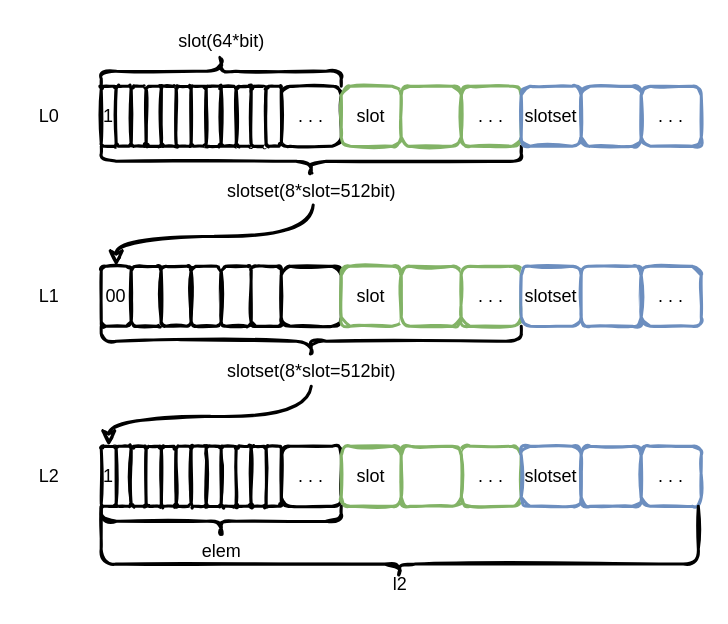
EarthWind/deeparch keeps this draw.io diagram as page "BitmapAllocator" (3 of 3) of ceph/bluestore.drawio. Above is the earlier version. Source tidied: cells renumbered, new cells numbered last; positions are measured from the earlier drawing's top-left corner, leaving out a move shared by most shapes. Both pictures are drawn from the tidied source at 150%, with x=0, y=0 at pixel (26, -50).
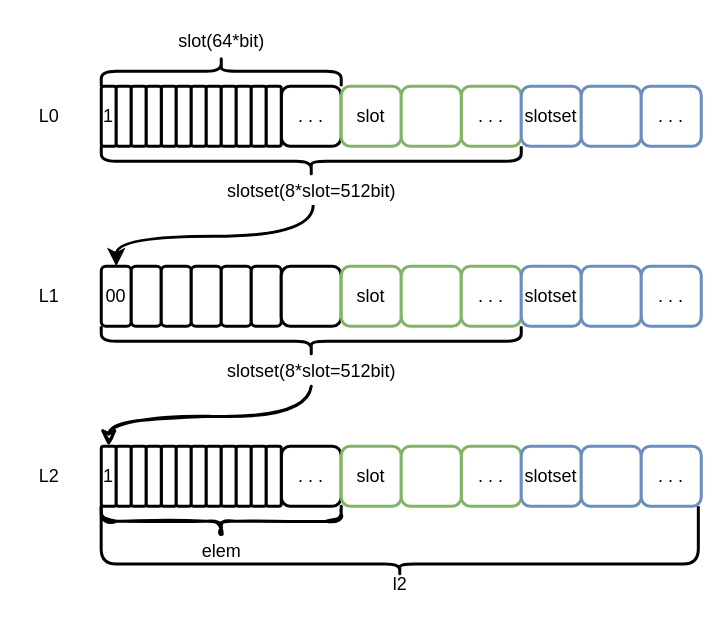
Above is the later version.

Unchanged cells that the change refers to:
```xml
<mxCell id="18" value="slotset(8*slot=512bit)" style="text;html=1;align=center;verticalAlign=middle;points=[];strokeColor=none;fillColor=none;" parent="1" vertex="1">
  <mxGeometry x="125" y="150" width="130" height="20" as="geometry" />
</mxCell>
```

What changed in the source:
```diff
@@
-    <mxCell id="2" style="rounded=1;whiteSpace=wrap;html=1;strokeWidth=2;fillWeight=1;hachureGap=4;hachureAngle=45;sketch=1;" parent="1" vertex="1">
+    <mxCell id="2" style="rounded=1;whiteSpace=wrap;html=1;strokeWidth=2;fillWeight=1;hachureGap=4;hachureAngle=45;sketch=0;" parent="1" vertex="1">
       <mxGeometry x="90" y="90" width="10" height="40" as="geometry" />
     </mxCell>
-    <mxCell id="3" style="rounded=1;whiteSpace=wrap;html=1;strokeWidth=2;fillWeight=1;hachureGap=4;hachureAngle=45;sketch=1;" parent="1" vertex="1">
+    <mxCell id="3" style="rounded=1;whiteSpace=wrap;html=1;strokeWidth=2;fillWeight=1;hachureGap=4;hachureAngle=45;sketch=0;" parent="1" vertex="1">
       <mxGeometry x="100" y="90" width="10" height="40" as="geometry" />
     </mxCell>
-    <mxCell id="4" style="rounded=1;whiteSpace=wrap;html=1;strokeWidth=2;fillWeight=1;hachureGap=4;hachureAngle=45;sketch=1;" parent="1" vertex="1">
+    <mxCell id="4" style="rounded=1;whiteSpace=wrap;html=1;strokeWidth=2;fillWeight=1;hachureGap=4;hachureAngle=45;sketch=0;" parent="1" vertex="1">
       <mxGeometry x="110" y="90" width="10" height="40" as="geometry" />
     </mxCell>
-    <mxCell id="5" style="rounded=1;whiteSpace=wrap;html=1;strokeWidth=2;fillWeight=1;hachureGap=4;hachureAngle=45;sketch=1;" parent="1" vertex="1">
+    <mxCell id="5" style="rounded=1;whiteSpace=wrap;html=1;strokeWidth=2;fillWeight=1;hachureGap=4;hachureAngle=45;sketch=0;" parent="1" vertex="1">
       <mxGeometry x="120" y="90" width="10" height="40" as="geometry" />
     </mxCell>
-    <mxCell id="6" value="1" style="rounded=1;whiteSpace=wrap;html=1;strokeWidth=2;fillWeight=1;hachureGap=4;hachureAngle=45;sketch=1;" parent="1" vertex="1">
+    <mxCell id="6" value="1" style="rounded=1;whiteSpace=wrap;html=1;strokeWidth=2;fillWeight=1;hachureGap=4;hachureAngle=45;sketch=0;" parent="1" vertex="1">
       <mxGeometry x="50" y="90" width="10" height="40" as="geometry" />
     </mxCell>
-    <mxCell id="7" value=". . ." style="rounded=1;whiteSpace=wrap;html=1;strokeWidth=2;fillWeight=1;hachureGap=4;hachureAngle=45;sketch=1;" parent="1" vertex="1">
+    <mxCell id="7" value=". . ." style="rounded=1;whiteSpace=wrap;html=1;strokeWidth=2;fillWeight=1;hachureGap=4;hachureAngle=45;sketch=0;" parent="1" vertex="1">
       <mxGeometry x="170" y="90" width="40" height="40" as="geometry" />
     </mxCell>
-    <mxCell id="8" style="shape=curlyBracket;whiteSpace=wrap;html=1;rounded=1;flipH=1;fillWeight=1;hachureGap=2;fillColor=#67AB9F;rotation=-90;sketch=1;strokeWidth=2;" parent="1" vertex="1">
+    <mxCell id="8" style="shape=curlyBracket;whiteSpace=wrap;html=1;rounded=1;flipH=1;fillWeight=1;hachureGap=2;fillColor=#67AB9F;rotation=-90;sketch=0;strokeWidth=2;" parent="1" vertex="1">
       <mxGeometry x="120" width="20" height="160" as="geometry" />
     </mxCell>
@@
-    <mxCell id="10" style="rounded=1;whiteSpace=wrap;html=1;strokeWidth=2;fillWeight=1;hachureGap=4;hachureAngle=45;sketch=1;" parent="1" vertex="1">
+    <mxCell id="10" style="rounded=1;whiteSpace=wrap;html=1;strokeWidth=2;fillWeight=1;hachureGap=4;hachureAngle=45;sketch=0;" parent="1" vertex="1">
       <mxGeometry x="130" y="90" width="10" height="40" as="geometry" />
     </mxCell>
-    <mxCell id="11" style="rounded=1;whiteSpace=wrap;html=1;strokeWidth=2;fillWeight=1;hachureGap=4;hachureAngle=45;sketch=1;" parent="1" vertex="1">
+    <mxCell id="11" style="rounded=1;whiteSpace=wrap;html=1;strokeWidth=2;fillWeight=1;hachureGap=4;hachureAngle=45;sketch=0;" parent="1" vertex="1">
       <mxGeometry x="140" y="90" width="10" height="40" as="geometry" />
     </mxCell>
-    <mxCell id="12" style="rounded=1;whiteSpace=wrap;html=1;strokeWidth=2;fillWeight=1;hachureGap=4;hachureAngle=45;sketch=1;" parent="1" vertex="1">
+    <mxCell id="12" style="rounded=1;whiteSpace=wrap;html=1;strokeWidth=2;fillWeight=1;hachureGap=4;hachureAngle=45;sketch=0;" parent="1" vertex="1">
       <mxGeometry x="150" y="90" width="10" height="40" as="geometry" />
     </mxCell>
-    <mxCell id="13" style="rounded=1;whiteSpace=wrap;html=1;strokeWidth=2;fillWeight=1;hachureGap=4;hachureAngle=45;sketch=1;" parent="1" vertex="1">
+    <mxCell id="13" style="rounded=1;whiteSpace=wrap;html=1;strokeWidth=2;fillWeight=1;hachureGap=4;hachureAngle=45;sketch=0;" parent="1" vertex="1">
       <mxGeometry x="160" y="90" width="10" height="40" as="geometry" />
     </mxCell>
-    <mxCell id="14" value="slot" style="rounded=1;whiteSpace=wrap;html=1;strokeWidth=2;fillWeight=1;hachureGap=4;hachureAngle=45;sketch=1;fillColor=#FFFFFF;strokeColor=#82b366;" parent="1" vertex="1">
+    <mxCell id="14" value="slot" style="rounded=1;whiteSpace=wrap;html=1;strokeWidth=2;fillWeight=1;hachureGap=4;hachureAngle=45;sketch=0;fillColor=#FFFFFF;strokeColor=#82b366;" parent="1" vertex="1">
       <mxGeometry x="210" y="90" width="40" height="40" as="geometry" />
     </mxCell>
-    <mxCell id="15" value=". . ." style="rounded=1;whiteSpace=wrap;html=1;strokeWidth=2;fillWeight=1;hachureGap=4;hachureAngle=45;sketch=1;fillColor=#FFFFFF;strokeColor=#82b366;" parent="1" vertex="1">
+    <mxCell id="15" value=". . ." style="rounded=1;whiteSpace=wrap;html=1;strokeWidth=2;fillWeight=1;hachureGap=4;hachureAngle=45;sketch=0;fillColor=#FFFFFF;strokeColor=#82b366;" parent="1" vertex="1">
       <mxGeometry x="290" y="90" width="40" height="40" as="geometry" />
     </mxCell>
-    <mxCell id="16" style="shape=curlyBracket;whiteSpace=wrap;html=1;rounded=1;sketch=1;fillWeight=1;hachureGap=2;fillColor=#FFFFFF;rotation=-90;strokeWidth=2;" parent="1" vertex="1">
+    <mxCell id="16" style="shape=curlyBracket;whiteSpace=wrap;html=1;rounded=1;sketch=0;fillWeight=1;hachureGap=2;fillColor=#FFFFFF;rotation=-90;strokeWidth=2;" parent="1" vertex="1">
       <mxGeometry x="180" width="20" height="280" as="geometry" />
     </mxCell>
-    <mxCell id="17" style="edgeStyle=orthogonalEdgeStyle;rounded=0;sketch=1;jettySize=auto;elbow=vertical;html=1;entryX=0.5;entryY=0;entryDx=0;entryDy=0;strokeWidth=2;curved=1;exitX=0.51;exitY=0.957;exitDx=0;exitDy=0;exitPerimeter=0;" parent="1" edge="1" source="18" target="23">
+    <mxCell id="17" style="edgeStyle=orthogonalEdgeStyle;rounded=0;sketch=0;jettySize=auto;elbow=vertical;html=1;entryX=0.5;entryY=0;entryDx=0;entryDy=0;strokeWidth=2;curved=1;exitX=0.51;exitY=0.957;exitDx=0;exitDy=0;exitPerimeter=0;" parent="1" edge="1" source="18" target="23">
       <mxGeometry relative="1" as="geometry" />
     </mxCell>
@@
-    <mxCell id="19" value="slotset" style="rounded=1;whiteSpace=wrap;html=1;strokeWidth=2;fillWeight=1;hachureGap=4;hachureAngle=45;sketch=1;fillColor=#FFFFFF;strokeColor=#6c8ebf;" parent="1" vertex="1">
+    <mxCell id="19" value="slotset" style="rounded=1;whiteSpace=wrap;html=1;strokeWidth=2;fillWeight=1;hachureGap=4;hachureAngle=45;sketch=0;fillColor=#FFFFFF;strokeColor=#6c8ebf;" parent="1" vertex="1">
       <mxGeometry x="330" y="90" width="40" height="40" as="geometry" />
     </mxCell>
-    <mxCell id="20" style="rounded=1;whiteSpace=wrap;html=1;strokeWidth=2;fillWeight=1;hachureGap=4;hachureAngle=45;sketch=1;fillColor=#FFFFFF;strokeColor=#6c8ebf;" parent="1" vertex="1">
+    <mxCell id="20" style="rounded=1;whiteSpace=wrap;html=1;strokeWidth=2;fillWeight=1;hachureGap=4;hachureAngle=45;sketch=0;fillColor=#FFFFFF;strokeColor=#6c8ebf;" parent="1" vertex="1">
       <mxGeometry x="370" y="90" width="40" height="40" as="geometry" />
     </mxCell>
-    <mxCell id="21" value=". . ." style="rounded=1;whiteSpace=wrap;html=1;strokeWidth=2;fillWeight=1;hachureGap=4;hachureAngle=45;sketch=1;fillColor=#FFFFFF;strokeColor=#6c8ebf;" parent="1" vertex="1">
+    <mxCell id="21" value=". . ." style="rounded=1;whiteSpace=wrap;html=1;strokeWidth=2;fillWeight=1;hachureGap=4;hachureAngle=45;sketch=0;fillColor=#FFFFFF;strokeColor=#6c8ebf;" parent="1" vertex="1">
       <mxGeometry x="410" y="90" width="40" height="40" as="geometry" />
     </mxCell>
-    <mxCell id="22" style="rounded=1;whiteSpace=wrap;html=1;strokeWidth=2;fillWeight=1;hachureGap=4;hachureAngle=45;sketch=1;fillColor=#FFFFFF;strokeColor=#82b366;" parent="1" vertex="1">
+    <mxCell id="22" style="rounded=1;whiteSpace=wrap;html=1;strokeWidth=2;fillWeight=1;hachureGap=4;hachureAngle=45;sketch=0;fillColor=#FFFFFF;strokeColor=#82b366;" parent="1" vertex="1">
       <mxGeometry x="250" y="90" width="40" height="40" as="geometry" />
     </mxCell>
-    <mxCell id="23" value="00" style="rounded=1;whiteSpace=wrap;html=1;strokeWidth=2;fillWeight=1;hachureGap=4;hachureAngle=45;sketch=1;" parent="1" vertex="1">
+    <mxCell id="23" value="00" style="rounded=1;whiteSpace=wrap;html=1;strokeWidth=2;fillWeight=1;hachureGap=4;hachureAngle=45;sketch=0;" parent="1" vertex="1">
       <mxGeometry x="50" y="210" width="20" height="40" as="geometry" />
     </mxCell>
-    <mxCell id="24" style="rounded=1;whiteSpace=wrap;html=1;strokeWidth=2;fillWeight=1;hachureGap=4;hachureAngle=45;sketch=1;" parent="1" vertex="1">
+    <mxCell id="24" style="rounded=1;whiteSpace=wrap;html=1;strokeWidth=2;fillWeight=1;hachureGap=4;hachureAngle=45;sketch=0;" parent="1" vertex="1">
       <mxGeometry x="70" y="210" width="20" height="40" as="geometry" />
     </mxCell>
-    <mxCell id="25" style="rounded=1;whiteSpace=wrap;html=1;strokeWidth=2;fillWeight=1;hachureGap=4;hachureAngle=45;sketch=1;" parent="1" vertex="1">
+    <mxCell id="25" style="rounded=1;whiteSpace=wrap;html=1;strokeWidth=2;fillWeight=1;hachureGap=4;hachureAngle=45;sketch=0;" parent="1" vertex="1">
       <mxGeometry x="90" y="210" width="20" height="40" as="geometry" />
     </mxCell>
-    <mxCell id="26" style="rounded=1;whiteSpace=wrap;html=1;strokeWidth=2;fillWeight=1;hachureGap=4;hachureAngle=45;sketch=1;" parent="1" vertex="1">
+    <mxCell id="26" style="rounded=1;whiteSpace=wrap;html=1;strokeWidth=2;fillWeight=1;hachureGap=4;hachureAngle=45;sketch=0;" parent="1" vertex="1">
       <mxGeometry x="110" y="210" width="20" height="40" as="geometry" />
     </mxCell>
-    <mxCell id="27" style="rounded=1;whiteSpace=wrap;html=1;strokeWidth=2;fillWeight=1;hachureGap=4;hachureAngle=45;sketch=1;" parent="1" vertex="1">
+    <mxCell id="27" style="rounded=1;whiteSpace=wrap;html=1;strokeWidth=2;fillWeight=1;hachureGap=4;hachureAngle=45;sketch=0;" parent="1" vertex="1">
       <mxGeometry x="130" y="210" width="20" height="40" as="geometry" />
     </mxCell>
-    <mxCell id="28" style="rounded=1;whiteSpace=wrap;html=1;strokeWidth=2;fillWeight=1;hachureGap=4;hachureAngle=45;sketch=1;" parent="1" vertex="1">
+    <mxCell id="28" style="rounded=1;whiteSpace=wrap;html=1;strokeWidth=2;fillWeight=1;hachureGap=4;hachureAngle=45;sketch=0;" parent="1" vertex="1">
       <mxGeometry x="150" y="210" width="20" height="40" as="geometry" />
     </mxCell>
-    <mxCell id="29" style="rounded=1;whiteSpace=wrap;html=1;strokeWidth=2;fillWeight=1;hachureGap=4;hachureAngle=45;sketch=1;" parent="1" vertex="1">
+    <mxCell id="29" style="rounded=1;whiteSpace=wrap;html=1;strokeWidth=2;fillWeight=1;hachureGap=4;hachureAngle=45;sketch=0;" parent="1" vertex="1">
       <mxGeometry x="170" y="210" width="40" height="40" as="geometry" />
     </mxCell>
-    <mxCell id="30" value="slot" style="rounded=1;whiteSpace=wrap;html=1;strokeWidth=2;fillWeight=1;hachureGap=4;hachureAngle=45;sketch=1;fillColor=#FFFFFF;strokeColor=#82b366;" parent="1" vertex="1">
+    <mxCell id="30" value="slot" style="rounded=1;whiteSpace=wrap;html=1;strokeWidth=2;fillWeight=1;hachureGap=4;hachureAngle=45;sketch=0;fillColor=#FFFFFF;strokeColor=#82b366;" parent="1" vertex="1">
       <mxGeometry x="210" y="210" width="40" height="40" as="geometry" />
     </mxCell>
-    <mxCell id="31" style="rounded=1;whiteSpace=wrap;html=1;strokeWidth=2;fillWeight=1;hachureGap=4;hachureAngle=45;sketch=1;fillColor=#FFFFFF;strokeColor=#82b366;" parent="1" vertex="1">
+    <mxCell id="31" style="rounded=1;whiteSpace=wrap;html=1;strokeWidth=2;fillWeight=1;hachureGap=4;hachureAngle=45;sketch=0;fillColor=#FFFFFF;strokeColor=#82b366;" parent="1" vertex="1">
       <mxGeometry x="250" y="210" width="40" height="40" as="geometry" />
     </mxCell>
-    <mxCell id="32" value=". . ." style="rounded=1;whiteSpace=wrap;html=1;strokeWidth=2;fillWeight=1;hachureGap=4;hachureAngle=45;sketch=1;fillColor=#FFFFFF;strokeColor=#82b366;" parent="1" vertex="1">
+    <mxCell id="32" value=". . ." style="rounded=1;whiteSpace=wrap;html=1;strokeWidth=2;fillWeight=1;hachureGap=4;hachureAngle=45;sketch=0;fillColor=#FFFFFF;strokeColor=#82b366;" parent="1" vertex="1">
       <mxGeometry x="290" y="210" width="40" height="40" as="geometry" />
     </mxCell>
-    <mxCell id="33" style="shape=curlyBracket;whiteSpace=wrap;html=1;rounded=1;sketch=1;fillWeight=1;hachureGap=2;fillColor=#FFFFFF;rotation=-90;strokeWidth=2;" parent="1" vertex="1">
+    <mxCell id="33" style="shape=curlyBracket;whiteSpace=wrap;html=1;rounded=1;sketch=0;fillWeight=1;hachureGap=2;fillColor=#FFFFFF;rotation=-90;strokeWidth=2;" parent="1" vertex="1">
       <mxGeometry x="180" y="120" width="20" height="280" as="geometry" />
     </mxCell>
@@
-    <mxCell id="36" value="slotset" style="rounded=1;whiteSpace=wrap;html=1;strokeWidth=2;fillWeight=1;hachureGap=4;hachureAngle=45;sketch=1;fillColor=#FFFFFF;strokeColor=#6c8ebf;" parent="1" vertex="1">
+    <mxCell id="36" value="slotset" style="rounded=1;whiteSpace=wrap;html=1;strokeWidth=2;fillWeight=1;hachureGap=4;hachureAngle=45;sketch=0;fillColor=#FFFFFF;strokeColor=#6c8ebf;" parent="1" vertex="1">
       <mxGeometry x="330" y="210" width="40" height="40" as="geometry" />
     </mxCell>
-    <mxCell id="37" style="rounded=1;whiteSpace=wrap;html=1;strokeWidth=2;fillWeight=1;hachureGap=4;hachureAngle=45;sketch=1;fillColor=#FFFFFF;strokeColor=#6c8ebf;" parent="1" vertex="1">
+    <mxCell id="37" style="rounded=1;whiteSpace=wrap;html=1;strokeWidth=2;fillWeight=1;hachureGap=4;hachureAngle=45;sketch=0;fillColor=#FFFFFF;strokeColor=#6c8ebf;" parent="1" vertex="1">
       <mxGeometry x="370" y="210" width="40" height="40" as="geometry" />
     </mxCell>
-    <mxCell id="38" value=". . ." style="rounded=1;whiteSpace=wrap;html=1;strokeWidth=2;fillWeight=1;hachureGap=4;hachureAngle=45;sketch=1;fillColor=#FFFFFF;strokeColor=#6c8ebf;" parent="1" vertex="1">
+    <mxCell id="38" value=". . ." style="rounded=1;whiteSpace=wrap;html=1;strokeWidth=2;fillWeight=1;hachureGap=4;hachureAngle=45;sketch=0;fillColor=#FFFFFF;strokeColor=#6c8ebf;" parent="1" vertex="1">
       <mxGeometry x="410" y="210" width="40" height="40" as="geometry" />
     </mxCell>
@@
-    <mxCell id="41" style="rounded=1;whiteSpace=wrap;html=1;strokeWidth=2;fillWeight=1;hachureGap=4;hachureAngle=45;sketch=1;" parent="1" vertex="1">
+    <mxCell id="41" style="rounded=1;whiteSpace=wrap;html=1;strokeWidth=2;fillWeight=1;hachureGap=4;hachureAngle=45;sketch=0;" parent="1" vertex="1">
       <mxGeometry x="90" y="330" width="10" height="40" as="geometry" />
     </mxCell>
-    <mxCell id="42" style="rounded=1;whiteSpace=wrap;html=1;strokeWidth=2;fillWeight=1;hachureGap=4;hachureAngle=45;sketch=1;" parent="1" vertex="1">
+    <mxCell id="42" style="rounded=1;whiteSpace=wrap;html=1;strokeWidth=2;fillWeight=1;hachureGap=4;hachureAngle=45;sketch=0;" parent="1" vertex="1">
       <mxGeometry x="100" y="330" width="10" height="40" as="geometry" />
     </mxCell>
-    <mxCell id="43" style="rounded=1;whiteSpace=wrap;html=1;strokeWidth=2;fillWeight=1;hachureGap=4;hachureAngle=45;sketch=1;" parent="1" vertex="1">
+    <mxCell id="43" style="rounded=1;whiteSpace=wrap;html=1;strokeWidth=2;fillWeight=1;hachureGap=4;hachureAngle=45;sketch=0;" parent="1" vertex="1">
       <mxGeometry x="110" y="330" width="10" height="40" as="geometry" />
     </mxCell>
-    <mxCell id="44" style="rounded=1;whiteSpace=wrap;html=1;strokeWidth=2;fillWeight=1;hachureGap=4;hachureAngle=45;sketch=1;" parent="1" vertex="1">
+    <mxCell id="44" style="rounded=1;whiteSpace=wrap;html=1;strokeWidth=2;fillWeight=1;hachureGap=4;hachureAngle=45;sketch=0;" parent="1" vertex="1">
       <mxGeometry x="120" y="330" width="10" height="40" as="geometry" />
     </mxCell>
-    <mxCell id="45" value="1" style="rounded=1;whiteSpace=wrap;html=1;strokeWidth=2;fillWeight=1;hachureGap=4;hachureAngle=45;sketch=1;" parent="1" vertex="1">
+    <mxCell id="45" value="1" style="rounded=1;whiteSpace=wrap;html=1;strokeWidth=2;fillWeight=1;hachureGap=4;hachureAngle=45;sketch=0;" parent="1" vertex="1">
       <mxGeometry x="50" y="330" width="10" height="40" as="geometry" />
     </mxCell>
-    <mxCell id="46" value=". . ." style="rounded=1;whiteSpace=wrap;html=1;strokeWidth=2;fillWeight=1;hachureGap=4;hachureAngle=45;sketch=1;" parent="1" vertex="1">
+    <mxCell id="46" value=". . ." style="rounded=1;whiteSpace=wrap;html=1;strokeWidth=2;fillWeight=1;hachureGap=4;hachureAngle=45;sketch=0;" parent="1" vertex="1">
       <mxGeometry x="170" y="330" width="40" height="40" as="geometry" />
     </mxCell>
-    <mxCell id="47" style="rounded=1;whiteSpace=wrap;html=1;strokeWidth=2;fillWeight=1;hachureGap=4;hachureAngle=45;sketch=1;" parent="1" vertex="1">
+    <mxCell id="47" style="rounded=1;whiteSpace=wrap;html=1;strokeWidth=2;fillWeight=1;hachureGap=4;hachureAngle=45;sketch=0;" parent="1" vertex="1">
       <mxGeometry x="130" y="330" width="10" height="40" as="geometry" />
     </mxCell>
-    <mxCell id="48" style="rounded=1;whiteSpace=wrap;html=1;strokeWidth=2;fillWeight=1;hachureGap=4;hachureAngle=45;sketch=1;" parent="1" vertex="1">
+    <mxCell id="48" style="rounded=1;whiteSpace=wrap;html=1;strokeWidth=2;fillWeight=1;hachureGap=4;hachureAngle=45;sketch=0;" parent="1" vertex="1">
       <mxGeometry x="140" y="330" width="10" height="40" as="geometry" />
     </mxCell>
-    <mxCell id="49" style="rounded=1;whiteSpace=wrap;html=1;strokeWidth=2;fillWeight=1;hachureGap=4;hachureAngle=45;sketch=1;" parent="1" vertex="1">
+    <mxCell id="49" style="rounded=1;whiteSpace=wrap;html=1;strokeWidth=2;fillWeight=1;hachureGap=4;hachureAngle=45;sketch=0;" parent="1" vertex="1">
       <mxGeometry x="150" y="330" width="10" height="40" as="geometry" />
     </mxCell>
-    <mxCell id="50" style="rounded=1;whiteSpace=wrap;html=1;strokeWidth=2;fillWeight=1;hachureGap=4;hachureAngle=45;sketch=1;" parent="1" vertex="1">
+    <mxCell id="50" style="rounded=1;whiteSpace=wrap;html=1;strokeWidth=2;fillWeight=1;hachureGap=4;hachureAngle=45;sketch=0;" parent="1" vertex="1">
       <mxGeometry x="160" y="330" width="10" height="40" as="geometry" />
     </mxCell>
-    <mxCell id="51" value="slot" style="rounded=1;whiteSpace=wrap;html=1;strokeWidth=2;fillWeight=1;hachureGap=4;hachureAngle=45;sketch=1;fillColor=#FFFFFF;strokeColor=#82b366;" parent="1" vertex="1">
+    <mxCell id="51" value="slot" style="rounded=1;whiteSpace=wrap;html=1;strokeWidth=2;fillWeight=1;hachureGap=4;hachureAngle=45;sketch=0;fillColor=#FFFFFF;strokeColor=#82b366;" parent="1" vertex="1">
       <mxGeometry x="210" y="330" width="40" height="40" as="geometry" />
     </mxCell>
-    <mxCell id="52" value=". . ." style="rounded=1;whiteSpace=wrap;html=1;strokeWidth=2;fillWeight=1;hachureGap=4;hachureAngle=45;sketch=1;fillColor=#FFFFFF;strokeColor=#82b366;" parent="1" vertex="1">
+    <mxCell id="52" value=". . ." style="rounded=1;whiteSpace=wrap;html=1;strokeWidth=2;fillWeight=1;hachureGap=4;hachureAngle=45;sketch=0;fillColor=#FFFFFF;strokeColor=#82b366;" parent="1" vertex="1">
       <mxGeometry x="290" y="330" width="40" height="40" as="geometry" />
     </mxCell>
@@
-    <mxCell id="55" value="slotset" style="rounded=1;whiteSpace=wrap;html=1;strokeWidth=2;fillWeight=1;hachureGap=4;hachureAngle=45;sketch=1;fillColor=#FFFFFF;strokeColor=#6c8ebf;" parent="1" vertex="1">
+    <mxCell id="55" value="slotset" style="rounded=1;whiteSpace=wrap;html=1;strokeWidth=2;fillWeight=1;hachureGap=4;hachureAngle=45;sketch=0;fillColor=#FFFFFF;strokeColor=#6c8ebf;" parent="1" vertex="1">
       <mxGeometry x="330" y="330" width="40" height="40" as="geometry" />
     </mxCell>
-    <mxCell id="56" style="rounded=1;whiteSpace=wrap;html=1;strokeWidth=2;fillWeight=1;hachureGap=4;hachureAngle=45;sketch=1;fillColor=#FFFFFF;strokeColor=#6c8ebf;" parent="1" vertex="1">
+    <mxCell id="56" style="rounded=1;whiteSpace=wrap;html=1;strokeWidth=2;fillWeight=1;hachureGap=4;hachureAngle=45;sketch=0;fillColor=#FFFFFF;strokeColor=#6c8ebf;" parent="1" vertex="1">
       <mxGeometry x="370" y="330" width="40" height="40" as="geometry" />
     </mxCell>
-    <mxCell id="57" value=". . ." style="rounded=1;whiteSpace=wrap;html=1;strokeWidth=2;fillWeight=1;hachureGap=4;hachureAngle=45;sketch=1;fillColor=#FFFFFF;strokeColor=#6c8ebf;" parent="1" vertex="1">
+    <mxCell id="57" value=". . ." style="rounded=1;whiteSpace=wrap;html=1;strokeWidth=2;fillWeight=1;hachureGap=4;hachureAngle=45;sketch=0;fillColor=#FFFFFF;strokeColor=#6c8ebf;" parent="1" vertex="1">
       <mxGeometry x="410" y="330" width="40" height="40" as="geometry" />
     </mxCell>
-    <mxCell id="58" style="rounded=1;whiteSpace=wrap;html=1;strokeWidth=2;fillWeight=1;hachureGap=4;hachureAngle=45;sketch=1;fillColor=#FFFFFF;strokeColor=#82b366;" parent="1" vertex="1">
+    <mxCell id="58" style="rounded=1;whiteSpace=wrap;html=1;strokeWidth=2;fillWeight=1;hachureGap=4;hachureAngle=45;sketch=0;fillColor=#FFFFFF;strokeColor=#82b366;" parent="1" vertex="1">
       <mxGeometry x="250" y="330" width="40" height="40" as="geometry" />
     </mxCell>
-    <mxCell id="59" style="rounded=1;whiteSpace=wrap;html=1;strokeWidth=2;fillWeight=1;hachureGap=4;hachureAngle=45;sketch=1;" parent="1" vertex="1">
+    <mxCell id="59" style="rounded=1;whiteSpace=wrap;html=1;strokeWidth=2;fillWeight=1;hachureGap=4;hachureAngle=45;sketch=0;" parent="1" vertex="1">
       <mxGeometry x="60" y="90" width="10" height="40" as="geometry" />
     </mxCell>
-    <mxCell id="60" style="rounded=1;whiteSpace=wrap;html=1;strokeWidth=2;fillWeight=1;hachureGap=4;hachureAngle=45;sketch=1;" parent="1" vertex="1">
+    <mxCell id="60" style="rounded=1;whiteSpace=wrap;html=1;strokeWidth=2;fillWeight=1;hachureGap=4;hachureAngle=45;sketch=0;" parent="1" vertex="1">
       <mxGeometry x="70" y="90" width="10" height="40" as="geometry" />
     </mxCell>
-    <mxCell id="61" style="rounded=1;whiteSpace=wrap;html=1;strokeWidth=2;fillWeight=1;hachureGap=4;hachureAngle=45;sketch=1;" parent="1" vertex="1">
+    <mxCell id="61" style="rounded=1;whiteSpace=wrap;html=1;strokeWidth=2;fillWeight=1;hachureGap=4;hachureAngle=45;sketch=0;" parent="1" vertex="1">
       <mxGeometry x="80" y="90" width="10" height="40" as="geometry" />
     </mxCell>
-    <mxCell id="62" style="rounded=1;whiteSpace=wrap;html=1;strokeWidth=2;fillWeight=1;hachureGap=4;hachureAngle=45;sketch=1;" parent="1" vertex="1">
+    <mxCell id="62" style="rounded=1;whiteSpace=wrap;html=1;strokeWidth=2;fillWeight=1;hachureGap=4;hachureAngle=45;sketch=0;" parent="1" vertex="1">
       <mxGeometry x="60" y="330" width="10" height="40" as="geometry" />
     </mxCell>
-    <mxCell id="63" style="rounded=1;whiteSpace=wrap;html=1;strokeWidth=2;fillWeight=1;hachureGap=4;hachureAngle=45;sketch=1;" parent="1" vertex="1">
+    <mxCell id="63" style="rounded=1;whiteSpace=wrap;html=1;strokeWidth=2;fillWeight=1;hachureGap=4;hachureAngle=45;sketch=0;" parent="1" vertex="1">
       <mxGeometry x="70" y="330" width="10" height="40" as="geometry" />
     </mxCell>
-    <mxCell id="64" style="rounded=1;whiteSpace=wrap;html=1;strokeWidth=2;fillWeight=1;hachureGap=4;hachureAngle=45;sketch=1;" parent="1" vertex="1">
+    <mxCell id="64" style="rounded=1;whiteSpace=wrap;html=1;strokeWidth=2;fillWeight=1;hachureGap=4;hachureAngle=45;sketch=0;" parent="1" vertex="1">
       <mxGeometry x="80" y="330" width="10" height="40" as="geometry" />
     </mxCell>
@@
-    <mxCell id="66" style="shape=curlyBracket;whiteSpace=wrap;html=1;rounded=1;sketch=1;fillWeight=1;hachureGap=2;fillColor=#FFFFFF;rotation=-90;strokeWidth=2;size=0.16666666666666666;" parent="1" vertex="1">
+    <mxCell id="66" style="shape=curlyBracket;whiteSpace=wrap;html=1;rounded=1;sketch=0;fillWeight=1;hachureGap=2;fillColor=#FFFFFF;rotation=-90;strokeWidth=2;size=0.16666666666666666;" parent="1" vertex="1">
       <mxGeometry x="225.9" y="194.1" width="46.2" height="398.1" as="geometry" />
     </mxCell>
```
